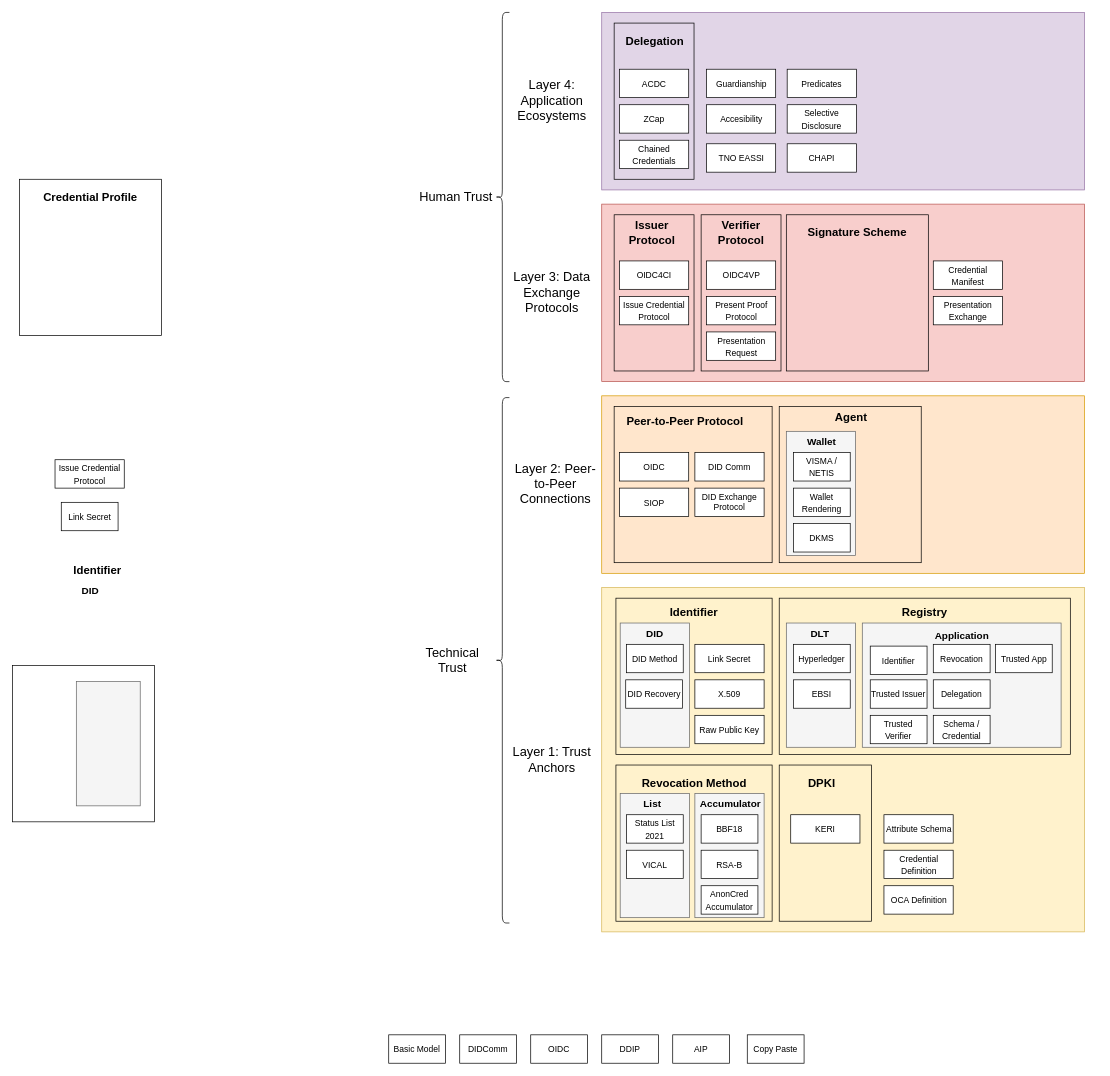
Above: page "Page-6" (6 of 6) of standards-overview-v2.drawio in tno-ssi-lab/standardisation-overview (draw.io), before the change. Source tidied: cells renumbered, new cells numbered last; positions are measured from the earlier drawing's top-left corner, leaving out a move shared by most shapes. Both pictures are drawn from the tidied source at 71%, with x=0, y=0 at pixel (12, 12).
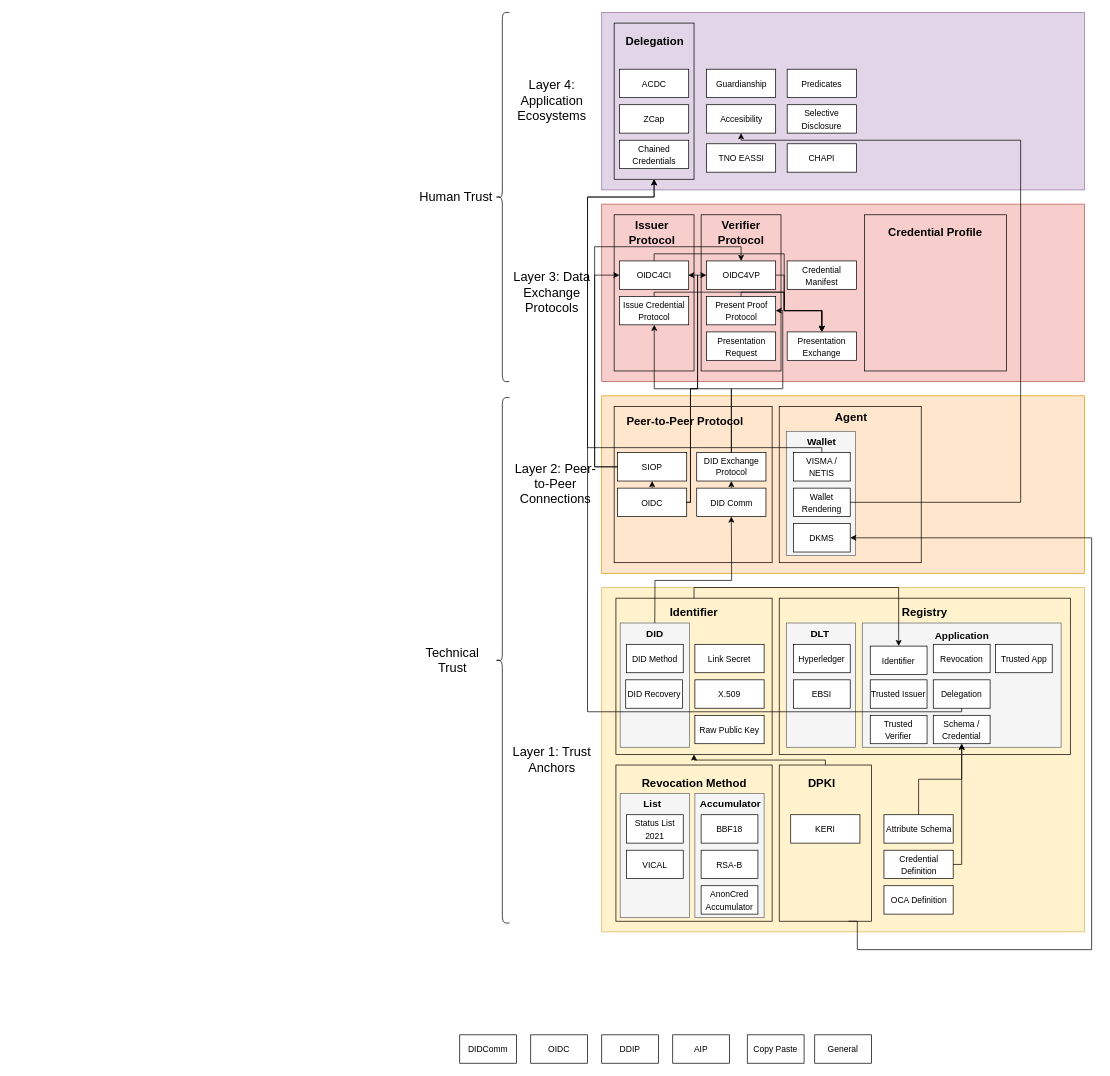
The same diagram, later.

Unchanged cells that the change refers to:
```xml
<mxCell id="23" style="rounded=0;whiteSpace=wrap;html=1;fontSize=18;fillColor=none;" parent="8" vertex="1">
  <mxGeometry x="850" y="825" width="220" height="220" as="geometry" />
</mxCell>
<mxCell id="25" style="rounded=0;whiteSpace=wrap;html=1;fontSize=18;fillColor=none;" parent="8" vertex="1">
  <mxGeometry x="1080" y="1060" width="130" height="220" as="geometry" />
</mxCell>
<mxCell id="29" style="rounded=0;whiteSpace=wrap;html=1;fontSize=16;glass=0;fillColor=#f5f5f5;fontColor=#333333;strokeColor=#666666;" parent="8" vertex="1">
  <mxGeometry x="856" y="860" width="97.5" height="175" as="geometry" />
</mxCell>
<mxCell id="42" value="&lt;font style=&quot;font-size: 12px;&quot;&gt;Identifier&lt;/font&gt;" style="rounded=0;whiteSpace=wrap;html=1;glass=0;fontSize=14;" parent="8" vertex="1">
  <mxGeometry x="1208.2" y="892.5" width="80" height="40" as="geometry" />
</mxCell>
<mxCell id="44" value="&lt;font style=&quot;font-size: 12px;&quot;&gt;Schema / Credential&lt;/font&gt;" style="rounded=0;whiteSpace=wrap;html=1;glass=0;fontSize=14;" parent="8" vertex="1">
  <mxGeometry x="1297" y="990" width="80" height="40" as="geometry" />
</mxCell>
<mxCell id="45" value="&lt;font style=&quot;font-size: 12px;&quot;&gt;Delegation&lt;/font&gt;" style="rounded=0;whiteSpace=wrap;html=1;glass=0;fontSize=14;" parent="8" vertex="1">
  <mxGeometry x="1297" y="940" width="80" height="40" as="geometry" />
</mxCell>
<mxCell id="69" value="&lt;span style=&quot;font-size: 12px;&quot;&gt;Wallet Rendering&lt;/span&gt;" style="rounded=0;whiteSpace=wrap;html=1;glass=0;fontSize=14;" parent="8" vertex="1">
  <mxGeometry x="1100" y="670" width="80" height="40" as="geometry" />
</mxCell>
<mxCell id="70" value="&lt;span style=&quot;font-size: 12px;&quot;&gt;VISMA / NETIS&lt;/span&gt;" style="rounded=0;whiteSpace=wrap;html=1;glass=0;fontSize=14;" parent="8" vertex="1">
  <mxGeometry x="1100" y="620" width="80" height="40" as="geometry" />
</mxCell>
<mxCell id="71" value="&lt;span style=&quot;font-size: 12px;&quot;&gt;DKMS&lt;/span&gt;" style="rounded=0;whiteSpace=wrap;html=1;glass=0;fontSize=14;" parent="8" vertex="1">
  <mxGeometry x="1100" y="720" width="80" height="40" as="geometry" />
</mxCell>
<mxCell id="77" value="&lt;font style=&quot;font-size: 12px;&quot;&gt;OIDC4CI&lt;/font&gt;" style="rounded=0;whiteSpace=wrap;html=1;glass=0;fontSize=14;" parent="8" vertex="1">
  <mxGeometry x="855" y="350" width="97.5" height="40" as="geometry" />
</mxCell>
<mxCell id="78" value="&lt;font style=&quot;font-size: 12px;&quot;&gt;Issue Credential Protocol&lt;/font&gt;" style="rounded=0;whiteSpace=wrap;html=1;glass=0;fontSize=14;" parent="8" vertex="1">
  <mxGeometry x="855" y="400" width="97.5" height="40" as="geometry" />
</mxCell>
<mxCell id="79" value="&lt;font style=&quot;font-size: 12px;&quot;&gt;OIDC4VP&lt;/font&gt;" style="rounded=0;whiteSpace=wrap;html=1;glass=0;fontSize=14;" parent="8" vertex="1">
  <mxGeometry x="977.5" y="350" width="97.5" height="40" as="geometry" />
</mxCell>
<mxCell id="80" value="&lt;font style=&quot;font-size: 12px;&quot;&gt;Present Proof Protocol&lt;/font&gt;" style="rounded=0;whiteSpace=wrap;html=1;glass=0;fontSize=14;" parent="8" vertex="1">
  <mxGeometry x="977.5" y="400" width="97.5" height="40" as="geometry" />
</mxCell>
<mxCell id="84" style="rounded=0;whiteSpace=wrap;html=1;fontSize=18;fillColor=none;" parent="8" vertex="1">
  <mxGeometry x="847.5" y="15" width="112.5" height="220" as="geometry" />
</mxCell>
<mxCell id="90" value="&lt;span style=&quot;font-size: 12px;&quot;&gt;Accesibility&lt;/span&gt;" style="rounded=0;whiteSpace=wrap;html=1;glass=0;fontSize=14;" parent="8" vertex="1">
  <mxGeometry x="977.5" y="130" width="97.5" height="40" as="geometry" />
</mxCell>
<mxCell id="96" value="&lt;font style=&quot;font-size: 12px;&quot;&gt;Attribute Schema&lt;/font&gt;" style="rounded=0;whiteSpace=wrap;html=1;glass=0;fontSize=14;" parent="8" vertex="1">
  <mxGeometry x="1227.5" y="1130" width="97.5" height="40" as="geometry" />
</mxCell>
<mxCell id="97" value="&lt;font style=&quot;font-size: 12px;&quot;&gt;Credential Definition&lt;/font&gt;" style="rounded=0;whiteSpace=wrap;html=1;glass=0;fontSize=14;" parent="8" vertex="1">
  <mxGeometry x="1227.5" y="1180" width="97.5" height="40" as="geometry" />
</mxCell>
```

Change to the diagram source:
```diff
@@
-    <mxCell id="2" value="&lt;font style=&quot;font-size: 12px;&quot;&gt;Basic Model&lt;/font&gt;" style="rounded=0;whiteSpace=wrap;html=1;glass=0;fontSize=14;" parent="1" vertex="1">
-      <mxGeometry x="530" y="1440" width="80" height="40" as="geometry" />
-    </mxCell>
@@
+    <mxCell id="110" value="&lt;font style=&quot;font-size: 12px;&quot;&gt;General&lt;/font&gt;" style="rounded=0;whiteSpace=wrap;html=1;glass=0;fontSize=14;" parent="1" vertex="1">
+      <mxGeometry x="1130" y="1440" width="80" height="40" as="geometry" />
+    </mxCell>
@@
     <mxCell id="64" value="&lt;font style=&quot;font-size: 12px;&quot;&gt;DID Comm&lt;/font&gt;" style="rounded=0;whiteSpace=wrap;html=1;glass=0;fontSize=14;" parent="8" vertex="1">
-      <mxGeometry x="961.2" y="620" width="97.5" height="40" as="geometry" />
+      <mxGeometry x="963.8" y="670" width="97.5" height="40" as="geometry" />
     </mxCell>
     <mxCell id="65" value="&lt;font style=&quot;font-size: 12px;&quot;&gt;DID Exchange Protocol&lt;/font&gt;" style="rounded=0;whiteSpace=wrap;html=1;glass=0;fontSize=12;" parent="8" vertex="1">
-      <mxGeometry x="961.2" y="670" width="97.5" height="40" as="geometry" />
+      <mxGeometry x="963.8" y="620" width="97.5" height="40" as="geometry" />
     </mxCell>
@@
     <mxCell id="73" style="rounded=0;whiteSpace=wrap;html=1;fontSize=18;fillColor=none;" parent="8" vertex="1">
-      <mxGeometry x="1090" y="285" width="200" height="220" as="geometry" />
+      <mxGeometry x="1200" y="285" width="200" height="220" as="geometry" />
     </mxCell>
@@
-    <mxCell id="76" value="&lt;b style=&quot;font-size: 16px;&quot;&gt;&lt;font style=&quot;font-size: 16px;&quot;&gt;Signature Scheme&lt;/font&gt;&lt;/b&gt;" style="text;html=1;strokeColor=none;fillColor=none;align=center;verticalAlign=middle;whiteSpace=wrap;rounded=0;fontSize=16;" parent="8" vertex="1">
-      <mxGeometry x="1115" y="295" width="150" height="30" as="geometry" />
+    <mxCell id="76" value="&lt;b style=&quot;font-size: 16px;&quot;&gt;&lt;font style=&quot;font-size: 16px;&quot;&gt;Credential Profile&lt;/font&gt;&lt;/b&gt;" style="text;html=1;strokeColor=none;fillColor=none;align=center;verticalAlign=middle;whiteSpace=wrap;rounded=0;fontSize=16;" parent="8" vertex="1">
+      <mxGeometry x="1225" y="295" width="150" height="30" as="geometry" />
     </mxCell>
@@
     <mxCell id="82" value="&lt;font style=&quot;font-size: 12px;&quot;&gt;OIDC&lt;/font&gt;" style="rounded=0;whiteSpace=wrap;html=1;glass=0;fontSize=14;" parent="8" vertex="1">
-      <mxGeometry x="855" y="620" width="97.5" height="40" as="geometry" />
+      <mxGeometry x="852.2" y="670" width="97.5" height="40" as="geometry" />
     </mxCell>
     <mxCell id="83" value="&lt;font style=&quot;font-size: 12px;&quot;&gt;SIOP&lt;/font&gt;" style="rounded=0;whiteSpace=wrap;html=1;glass=0;fontSize=14;" parent="8" vertex="1">
-      <mxGeometry x="855" y="670" width="97.5" height="40" as="geometry" />
+      <mxGeometry x="852.2" y="620" width="97.5" height="40" as="geometry" />
     </mxCell>
@@
     <mxCell id="99" value="&lt;span style=&quot;font-size: 12px;&quot;&gt;Credential Manifest&lt;/span&gt;" style="rounded=0;whiteSpace=wrap;html=1;glass=0;fontSize=14;" parent="8" vertex="1">
-      <mxGeometry x="1297" y="350" width="97.5" height="40" as="geometry" />
+      <mxGeometry x="1091.2" y="350" width="97.5" height="40" as="geometry" />
     </mxCell>
     <mxCell id="100" value="&lt;span style=&quot;font-size: 12px;&quot;&gt;Presentation Exchange&lt;/span&gt;" style="rounded=0;whiteSpace=wrap;html=1;glass=0;fontSize=14;" parent="8" vertex="1">
-      <mxGeometry x="1297" y="400" width="97.5" height="40" as="geometry" />
+      <mxGeometry x="1091.2" y="450" width="97.5" height="40" as="geometry" />
     </mxCell>
-    <mxCell id="101" parent="0" />
-    <mxCell id="102" value="&lt;b style=&quot;font-size: 16px;&quot;&gt;&lt;font style=&quot;font-size: 16px;&quot;&gt;Identifier&lt;/font&gt;&lt;/b&gt;" style="text;html=1;strokeColor=none;fillColor=none;align=center;verticalAlign=middle;whiteSpace=wrap;rounded=0;fontSize=16;" parent="101" vertex="1">
-      <mxGeometry x="80" y="770" width="80" height="30" as="geometry" />
-    </mxCell>
-    <mxCell id="103" value="&lt;font style=&quot;font-size: 14px;&quot;&gt;&lt;b style=&quot;font-size: 14px;&quot;&gt;DID&lt;/b&gt;&lt;/font&gt;" style="text;html=1;strokeColor=none;fillColor=none;align=center;verticalAlign=middle;whiteSpace=wrap;rounded=0;glass=1;fontSize=14;" parent="101" vertex="1">
-      <mxGeometry x="80" y="800" width="60" height="30" as="geometry" />
-    </mxCell>
-    <mxCell id="104" value="&lt;font style=&quot;font-size: 12px;&quot;&gt;Link Secret&lt;/font&gt;" style="rounded=0;whiteSpace=wrap;html=1;glass=0;fontSize=14;" parent="101" vertex="1">
-      <mxGeometry x="68.8" y="690" width="80" height="40" as="geometry" />
-    </mxCell>
-    <mxCell id="105" style="rounded=0;whiteSpace=wrap;html=1;fontSize=18;fillColor=none;" parent="101" vertex="1">
-      <mxGeometry y="920" width="200" height="220" as="geometry" />
-    </mxCell>
-    <mxCell id="106" style="rounded=0;whiteSpace=wrap;html=1;fontSize=16;glass=0;fillColor=#f5f5f5;fontColor=#333333;strokeColor=#666666;" parent="101" vertex="1">
-      <mxGeometry x="90" y="942.5" width="90" height="175" as="geometry" />
-    </mxCell>
-    <mxCell id="107" style="rounded=0;whiteSpace=wrap;html=1;fontSize=18;fillColor=none;" parent="101" vertex="1">
-      <mxGeometry x="10" y="235" width="200" height="220" as="geometry" />
-    </mxCell>
-    <mxCell id="108" value="&lt;b style=&quot;font-size: 16px;&quot;&gt;&lt;font style=&quot;font-size: 16px;&quot;&gt;Credential Profile&lt;/font&gt;&lt;/b&gt;" style="text;html=1;strokeColor=none;fillColor=none;align=center;verticalAlign=middle;whiteSpace=wrap;rounded=0;fontSize=16;" parent="101" vertex="1">
-      <mxGeometry x="40" y="245" width="140" height="30" as="geometry" />
-    </mxCell>
-    <mxCell id="109" value="&lt;font style=&quot;font-size: 12px;&quot;&gt;Issue Credential Protocol&lt;/font&gt;" style="rounded=0;whiteSpace=wrap;html=1;glass=0;fontSize=14;" parent="101" vertex="1">
-      <mxGeometry x="60" y="630" width="97.5" height="40" as="geometry" />
-    </mxCell>
+    <mxCell id="111" parent="0" />
+    <mxCell id="112" style="edgeStyle=orthogonalEdgeStyle;rounded=0;jettySize=auto;html=1;entryX=1;entryY=0.5;entryDx=0;entryDy=0;fontSize=12;exitX=0.75;exitY=1;exitDx=0;exitDy=0;" parent="111" edge="1" source="25" target="71">
+      <mxGeometry relative="1" as="geometry">
+        <Array as="points">
+          <mxPoint x="1190" y="1280" />
+          <mxPoint x="1190" y="1320" />
+          <mxPoint x="1520" y="1320" />
+          <mxPoint x="1520" y="740" />
+        </Array>
+      </mxGeometry>
+    </mxCell>
+    <mxCell id="113" style="edgeStyle=orthogonalEdgeStyle;rounded=0;jettySize=auto;html=1;entryX=0.5;entryY=1;entryDx=0;entryDy=0;fontSize=12;" parent="111" edge="1" source="25" target="23">
+      <mxGeometry relative="1" as="geometry">
+        <Array as="points">
+          <mxPoint x="1145" y="1053" />
+          <mxPoint x="960" y="1053" />
+        </Array>
+      </mxGeometry>
+    </mxCell>
+    <mxCell id="114" style="edgeStyle=orthogonalEdgeStyle;rounded=0;jettySize=auto;html=1;fontSize=12;entryX=0.5;entryY=1;entryDx=0;entryDy=0;" parent="111" edge="1" source="96" target="44">
+      <mxGeometry relative="1" as="geometry" />
+    </mxCell>
+    <mxCell id="115" style="edgeStyle=orthogonalEdgeStyle;rounded=0;jettySize=auto;html=1;fontSize=12;entryX=0.5;entryY=1;entryDx=0;entryDy=0;" parent="111" edge="1" source="97" target="44">
+      <mxGeometry relative="1" as="geometry">
+        <Array as="points">
+          <mxPoint x="1337" y="1200" />
+        </Array>
+      </mxGeometry>
+    </mxCell>
+    <mxCell id="116" style="edgeStyle=orthogonalEdgeStyle;rounded=0;jettySize=auto;html=1;entryX=0.5;entryY=0;entryDx=0;entryDy=0;fontSize=12;" parent="111" edge="1" source="23" target="42">
+      <mxGeometry relative="1" as="geometry">
+        <Array as="points">
+          <mxPoint x="960" y="810" />
+          <mxPoint x="1248" y="810" />
+        </Array>
+      </mxGeometry>
+    </mxCell>
+    <mxCell id="117" style="edgeStyle=orthogonalEdgeStyle;rounded=0;jettySize=auto;html=1;entryX=0.5;entryY=1;entryDx=0;entryDy=0;fontSize=12;" parent="111" edge="1" source="69" target="90">
+      <mxGeometry relative="1" as="geometry">
+        <Array as="points">
+          <mxPoint x="1420" y="690" />
+          <mxPoint x="1420" y="180" />
+          <mxPoint x="1026" y="180" />
+        </Array>
+      </mxGeometry>
+    </mxCell>
+    <mxCell id="118" style="edgeStyle=orthogonalEdgeStyle;rounded=0;jettySize=auto;html=1;entryX=0.5;entryY=1;entryDx=0;entryDy=0;fontSize=12;" parent="111" edge="1" source="70" target="84">
+      <mxGeometry relative="1" as="geometry">
+        <Array as="points">
+          <mxPoint x="1140" y="613" />
+          <mxPoint x="810" y="613" />
+          <mxPoint x="810" y="260" />
+          <mxPoint x="904" y="260" />
+        </Array>
+      </mxGeometry>
+    </mxCell>
+    <mxCell id="119" style="edgeStyle=orthogonalEdgeStyle;rounded=0;jettySize=auto;html=1;entryX=0.5;entryY=1;entryDx=0;entryDy=0;fontSize=12;" parent="111" edge="1" source="45" target="84">
+      <mxGeometry relative="1" as="geometry">
+        <Array as="points">
+          <mxPoint x="1337" y="985" />
+          <mxPoint x="810" y="985" />
+          <mxPoint x="810" y="260" />
+          <mxPoint x="904" y="260" />
+        </Array>
+      </mxGeometry>
+    </mxCell>
+    <mxCell id="120" parent="0" />
+    <mxCell id="121" style="endArrow=classic;html=1;rounded=0;fontSize=12;exitX=0.5;exitY=0;exitDx=0;exitDy=0;entryX=0.5;entryY=1;entryDx=0;entryDy=0;" parent="120" edge="1" source="29" target="64">
+      <mxGeometry relative="1" as="geometry">
+        <Array as="points">
+          <mxPoint x="905" y="800" />
+          <mxPoint x="960" y="800" />
+          <mxPoint x="1013" y="800" />
+        </Array>
+      </mxGeometry>
+    </mxCell>
+    <mxCell id="122" style="edgeStyle=orthogonalEdgeStyle;rounded=0;jettySize=auto;html=1;entryX=0.5;entryY=1;entryDx=0;entryDy=0;fontSize=12;" parent="120" edge="1" source="64" target="65">
+      <mxGeometry relative="1" as="geometry">
+        <Array as="points">
+          <mxPoint x="1010" y="670" />
+          <mxPoint x="1010" y="670" />
+        </Array>
+      </mxGeometry>
+    </mxCell>
+    <mxCell id="123" style="edgeStyle=orthogonalEdgeStyle;rounded=0;jettySize=auto;html=1;fontSize=12;" parent="120" edge="1" source="65" target="78">
+      <mxGeometry relative="1" as="geometry">
+        <Array as="points">
+          <mxPoint x="1013" y="530" />
+          <mxPoint x="904" y="530" />
+        </Array>
+      </mxGeometry>
+    </mxCell>
+    <mxCell id="124" style="edgeStyle=orthogonalEdgeStyle;rounded=0;jettySize=auto;html=1;fontSize=12;" parent="120" edge="1" source="65" target="80">
+      <mxGeometry relative="1" as="geometry">
+        <Array as="points">
+          <mxPoint x="1013" y="530" />
+          <mxPoint x="1085" y="530" />
+          <mxPoint x="1085" y="420" />
+        </Array>
+      </mxGeometry>
+    </mxCell>
+    <mxCell id="125" style="edgeStyle=orthogonalEdgeStyle;rounded=0;jettySize=auto;html=1;entryX=0.5;entryY=0;entryDx=0;entryDy=0;fontSize=12;" parent="120" edge="1" source="78" target="100">
+      <mxGeometry relative="1" as="geometry">
+        <Array as="points">
+          <mxPoint x="904" y="394" />
+          <mxPoint x="1087" y="394" />
+          <mxPoint x="1087" y="420" />
+          <mxPoint x="1140" y="420" />
+        </Array>
+      </mxGeometry>
+    </mxCell>
+    <mxCell id="126" style="edgeStyle=orthogonalEdgeStyle;rounded=0;jettySize=auto;html=1;entryX=0.5;entryY=0;entryDx=0;entryDy=0;fontSize=12;exitX=0.5;exitY=0;exitDx=0;exitDy=0;" parent="120" edge="1" source="80" target="100">
+      <mxGeometry relative="1" as="geometry">
+        <Array as="points">
+          <mxPoint x="1026" y="394" />
+          <mxPoint x="1087" y="394" />
+          <mxPoint x="1087" y="420" />
+          <mxPoint x="1140" y="420" />
+        </Array>
+      </mxGeometry>
+    </mxCell>
+    <mxCell id="127" parent="0" />
+    <mxCell id="128" style="edgeStyle=orthogonalEdgeStyle;rounded=0;jettySize=auto;html=1;entryX=0.5;entryY=0;entryDx=0;entryDy=0;fontSize=12;" parent="127" edge="1" source="79" target="100">
+      <mxGeometry relative="1" as="geometry">
+        <Array as="points">
+          <mxPoint x="1087" y="370" />
+          <mxPoint x="1087" y="420" />
+          <mxPoint x="1140" y="420" />
+        </Array>
+      </mxGeometry>
+    </mxCell>
+    <mxCell id="129" style="edgeStyle=orthogonalEdgeStyle;rounded=0;jettySize=auto;html=1;entryX=0.5;entryY=0;entryDx=0;entryDy=0;fontSize=12;" parent="127" edge="1" source="77" target="100">
+      <mxGeometry relative="1" as="geometry">
+        <Array as="points">
+          <mxPoint x="904" y="340" />
+          <mxPoint x="1087" y="340" />
+          <mxPoint x="1087" y="420" />
+          <mxPoint x="1140" y="420" />
+        </Array>
+      </mxGeometry>
+    </mxCell>
+    <mxCell id="130" style="edgeStyle=orthogonalEdgeStyle;rounded=0;jettySize=auto;html=1;entryX=0.5;entryY=0;entryDx=0;entryDy=0;fontSize=12;" parent="127" edge="1" source="83" target="79">
+      <mxGeometry relative="1" as="geometry">
+        <Array as="points">
+          <mxPoint x="820" y="640" />
+          <mxPoint x="820" y="330" />
+          <mxPoint x="1026" y="330" />
+        </Array>
+      </mxGeometry>
+    </mxCell>
+    <mxCell id="131" style="edgeStyle=orthogonalEdgeStyle;rounded=0;jettySize=auto;html=1;entryX=0;entryY=0.5;entryDx=0;entryDy=0;fontSize=12;" parent="127" edge="1" source="83" target="77">
+      <mxGeometry relative="1" as="geometry">
+        <Array as="points">
+          <mxPoint x="820" y="640" />
+          <mxPoint x="820" y="370" />
+        </Array>
+      </mxGeometry>
+    </mxCell>
+    <mxCell id="132" style="edgeStyle=orthogonalEdgeStyle;rounded=0;jettySize=auto;html=1;entryX=0.5;entryY=1;entryDx=0;entryDy=0;fontSize=12;" parent="127" edge="1" source="82" target="83">
+      <mxGeometry relative="1" as="geometry">
+        <Array as="points">
+          <mxPoint x="901" y="660" />
+        </Array>
+      </mxGeometry>
+    </mxCell>
+    <mxCell id="133" style="edgeStyle=orthogonalEdgeStyle;rounded=0;jettySize=auto;html=1;entryX=0;entryY=0.5;entryDx=0;entryDy=0;fontSize=12;" parent="127" edge="1" source="82" target="79">
+      <mxGeometry relative="1" as="geometry">
+        <Array as="points">
+          <mxPoint x="955" y="690" />
+          <mxPoint x="955" y="530" />
+          <mxPoint x="965" y="530" />
+          <mxPoint x="965" y="370" />
+        </Array>
+      </mxGeometry>
+    </mxCell>
+    <mxCell id="134" style="edgeStyle=orthogonalEdgeStyle;rounded=0;orthogonalLoop=1;jettySize=auto;html=1;entryX=1;entryY=0.5;entryDx=0;entryDy=0;fontSize=12;" parent="127" edge="1">
+      <mxGeometry relative="1" as="geometry">
+        <mxPoint x="949" y="690" as="sourcePoint" />
+        <mxPoint x="951.8" y="370" as="targetPoint" />
+        <Array as="points">
+          <mxPoint x="955" y="690" />
+          <mxPoint x="955" y="530" />
+          <mxPoint x="965" y="530" />
+          <mxPoint x="965" y="370" />
+        </Array>
+      </mxGeometry>
+    </mxCell>
```
